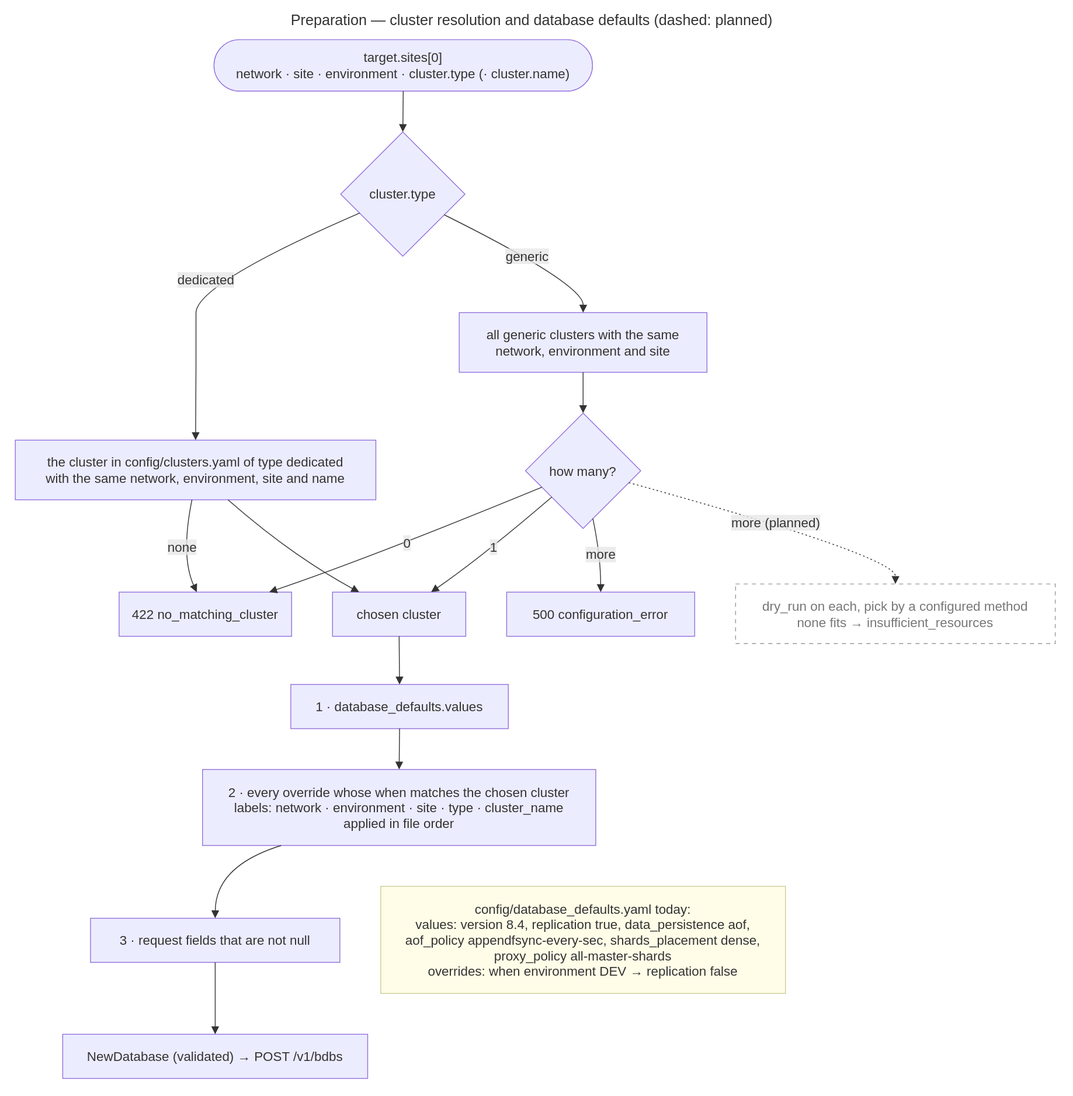
The draw.io diagram docs/diagrams/13-flow-cluster-and-defaults.drawio.svg in EliShteinman/redis-enterprise-services, before a commit. Source tidied: cells renumbered, new cells last; positions are measured from the earlier drawing's top-left corner, leaving out a move shared by most shapes.
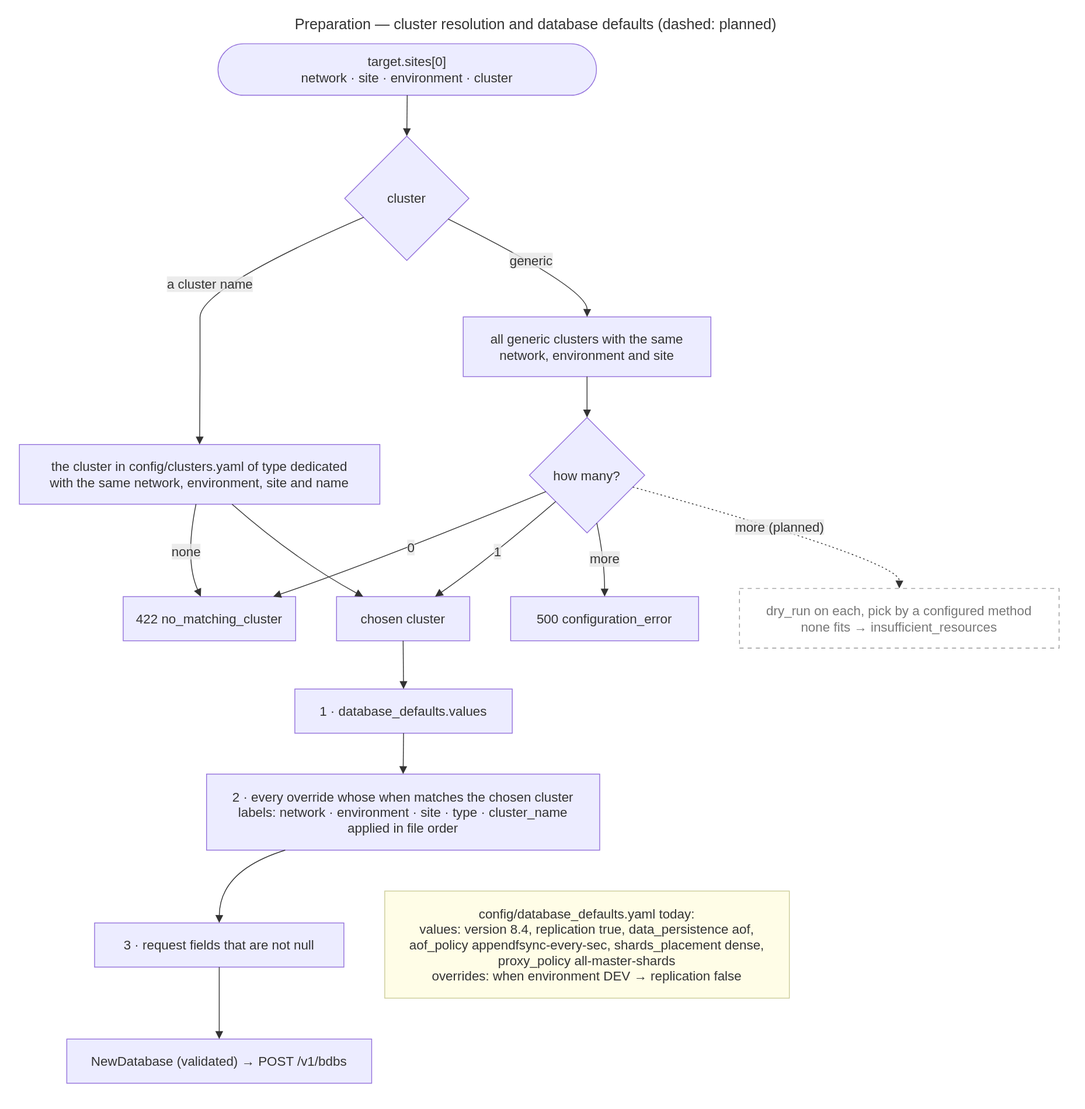
The same file after the commit.

Commit message:
docs: the request names its cluster in one field, generic or a cluster name; locks use the cluster api_url

The edit, as a diff of the source:
```diff
@@ -2,10 +2,10 @@
   <root>
     <mxCell id="0" />
     <mxCell id="1" parent="0" />
-    <mxCell id="2" value="target.sites[0]&#10;network · site · environment · cluster.type (· cluster.name)" style="html=1;rounded=1;whiteSpace=wrap;arcSize=50;strokeWidth=1;fillColor=light-dark(#ECECFF,#1f2020);strokeColor=light-dark(#9370DB,#cccccc);fontColor=light-dark(#333333,#cccccc);fontFamily=Trebuchet MS,Verdana,Arial,sans-serif;fontSize=16;" parent="1" vertex="1">
+    <mxCell id="2" value="target.sites[0]&#10;network · site · environment · cluster" style="html=1;rounded=1;whiteSpace=wrap;arcSize=50;strokeWidth=1;fillColor=light-dark(#ECECFF,#1f2020);strokeColor=light-dark(#9370DB,#cccccc);fontColor=light-dark(#333333,#cccccc);fontFamily=Trebuchet MS,Verdana,Arial,sans-serif;fontSize=16;" parent="1" vertex="1">
       <mxGeometry x="251" y="38" width="463" height="63" as="geometry" />
     </mxCell>
-    <mxCell id="3" value="cluster.type" style="rhombus;html=1;strokeWidth=1;whiteSpace=wrap;fillColor=light-dark(#ECECFF,#1f2020);strokeColor=light-dark(#9370DB,#cccccc);fontColor=light-dark(#333333,#cccccc);fontFamily=Trebuchet MS,Verdana,Arial,sans-serif;fontSize=16;" parent="1" vertex="1">
+    <mxCell id="3" value="cluster" style="rhombus;html=1;strokeWidth=1;whiteSpace=wrap;fillColor=light-dark(#ECECFF,#1f2020);strokeColor=light-dark(#9370DB,#cccccc);fontColor=light-dark(#333333,#cccccc);fontFamily=Trebuchet MS,Verdana,Arial,sans-serif;fontSize=16;" parent="1" vertex="1">
       <mxGeometry x="406" y="151" width="152" height="152" as="geometry" />
     </mxCell>
     <mxCell id="4" value="the cluster in config/clusters.yaml of type dedicated&#10;with the same network, environment, site and name" style="html=1;whiteSpace=wrap;strokeWidth=1;fillColor=light-dark(#ECECFF,#1f2020);strokeColor=light-dark(#9370DB,#cccccc);fontColor=light-dark(#333333,#cccccc);fontFamily=Trebuchet MS,Verdana,Arial,sans-serif;fontSize=16;" parent="1" vertex="1">
@@ -47,7 +47,7 @@
     <mxCell id="16" style="curved=1;startArrow=none;endArrow=block;endSize=7;strokeColor=light-dark(#333333,#cccccc);exitX=0.5;exitY=1;entryX=0.5;entryY=0;" parent="1" edge="1" source="2" target="3">
       <mxGeometry relative="1" as="geometry" />
     </mxCell>
-    <mxCell id="17" value="dedicated" style="curved=1;startArrow=none;endArrow=block;endSize=7;strokeColor=light-dark(#333333,#cccccc);html=1;fontSize=16;labelBackgroundColor=light-dark(#E8E8E88D,#2a2a2a8D);fontFamily=Trebuchet MS,Verdana,Arial,sans-serif;fontColor=light-dark(#333333,#cccccc);exitX=0;exitY=0.72;entryX=0.5;entryY=0;" parent="1" edge="1" source="3" target="4">
+    <mxCell id="17" value="a cluster name" style="curved=1;startArrow=none;endArrow=block;endSize=7;strokeColor=light-dark(#333333,#cccccc);html=1;fontSize=16;labelBackgroundColor=light-dark(#E8E8E88D,#2a2a2a8D);fontFamily=Trebuchet MS,Verdana,Arial,sans-serif;fontColor=light-dark(#333333,#cccccc);exitX=0;exitY=0.72;entryX=0.5;entryY=0;" parent="1" edge="1" source="3" target="4">
       <mxGeometry relative="1" as="geometry">
         <Array as="points">
           <mxPoint x="229" y="337" />
```
